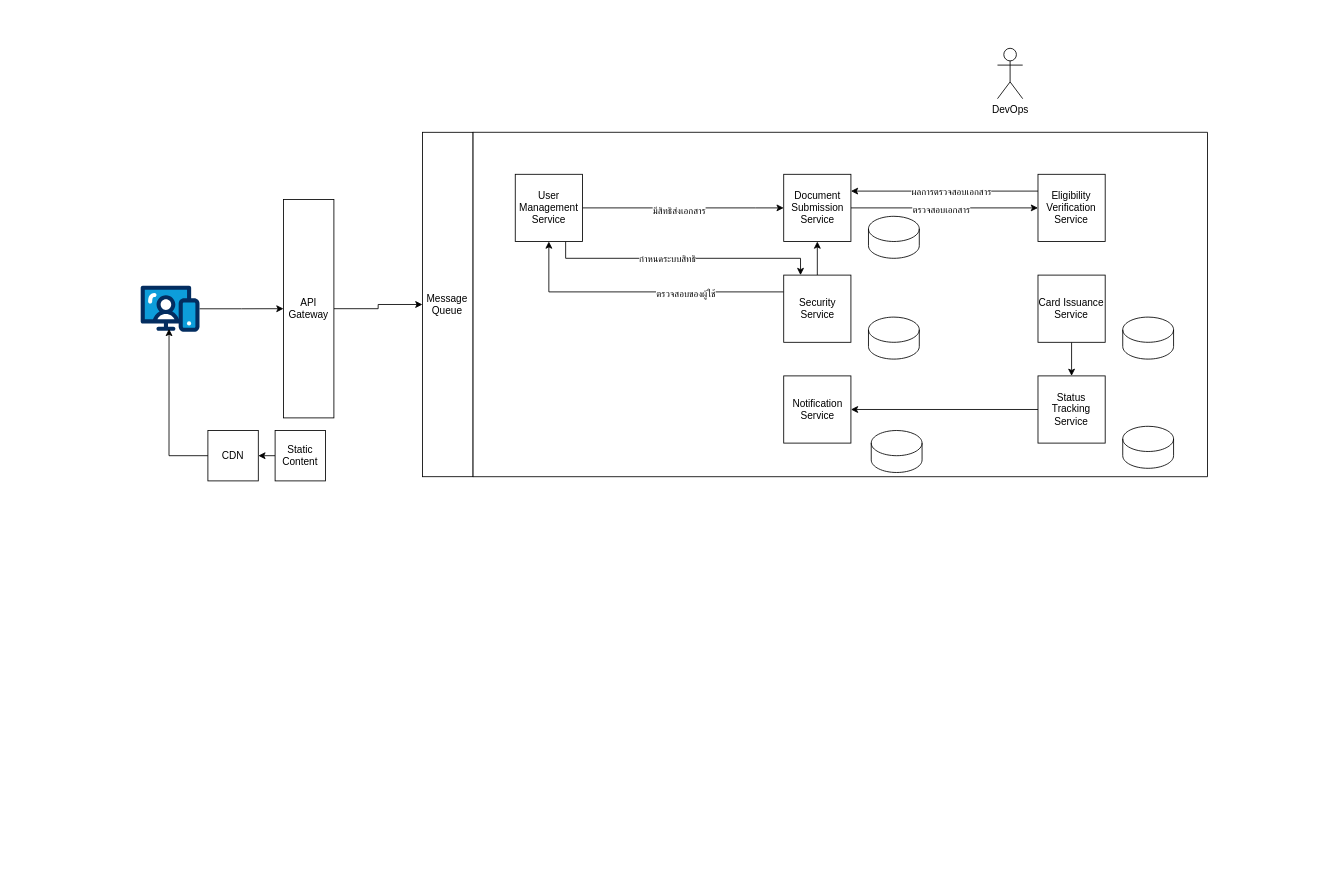
thammarat-ai/diagram-se keeps this draw.io diagram as microservices.drawio. Above is the earlier version. Source tidied: cells renumbered, new cells numbered last; positions are measured from the earlier drawing's top-left corner, leaving out a move shared by most shapes. Both pictures are drawn from the tidied source at 84%, with x=0, y=0 at pixel (140, 48).
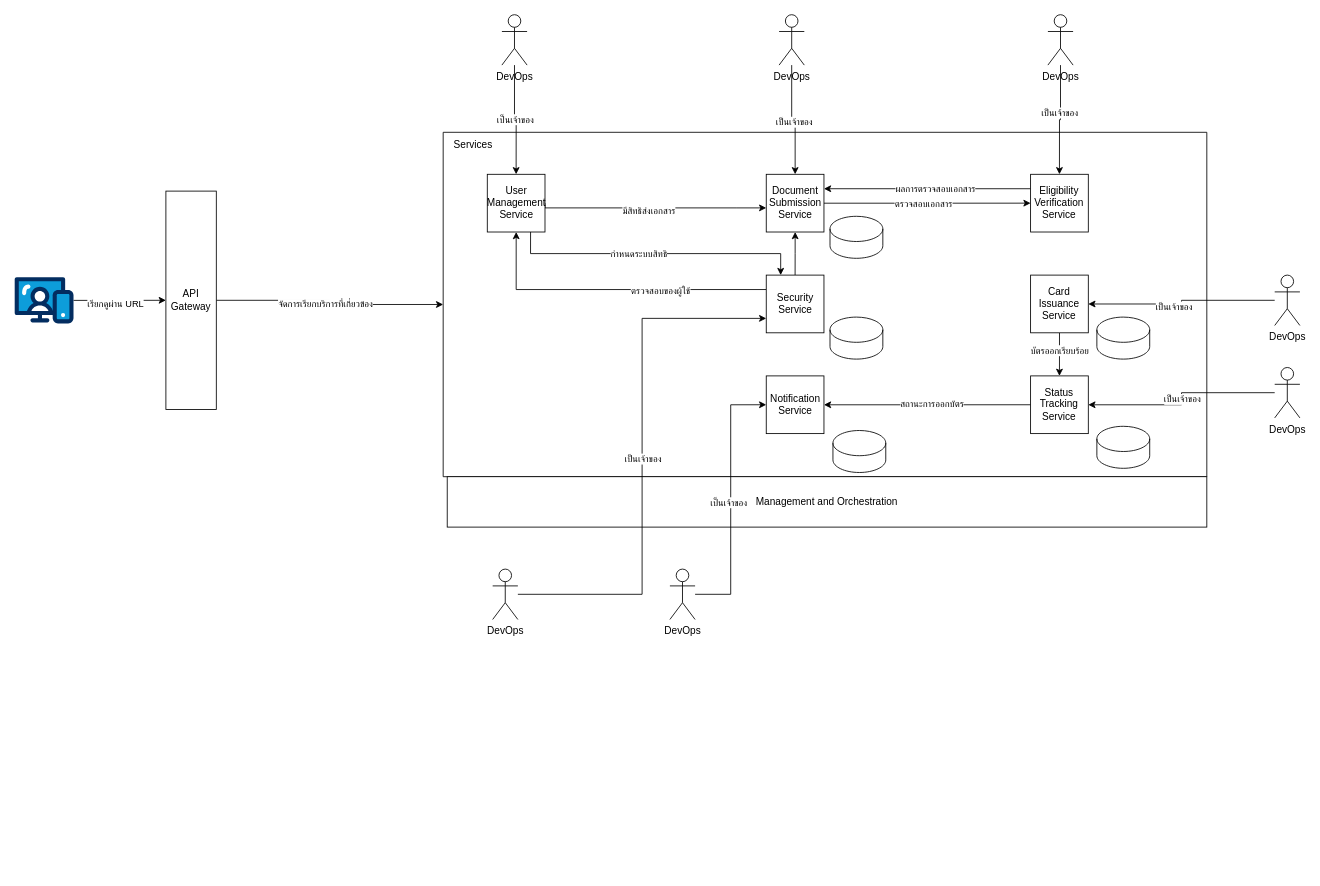
The same page after the edit.

The change refers to these unchanged cells:
```xml
<mxCell id="12" style="edgeStyle=orthogonalEdgeStyle;rounded=0;jettySize=auto;html=1;entryX=0.5;entryY=0;entryDx=0;entryDy=0;" parent="4" edge="1" source="13" target="15">
  <mxGeometry relative="1" as="geometry" />
</mxCell>
<mxCell id="14" style="edgeStyle=orthogonalEdgeStyle;rounded=0;jettySize=auto;html=1;exitX=0;exitY=0.5;exitDx=0;exitDy=0;" parent="4" edge="1" source="15" target="20">
  <mxGeometry relative="1" as="geometry" />
</mxCell>
<mxCell id="32" style="edgeStyle=orthogonalEdgeStyle;rounded=0;jettySize=auto;html=1;entryX=0;entryY=0.5;entryDx=0;entryDy=0;" parent="1" edge="1" source="33" target="3">
  <mxGeometry relative="1" as="geometry" />
</mxCell>
```

What changed in the source:
```diff
@@
-    <mxCell id="2" style="edgeStyle=orthogonalEdgeStyle;rounded=0;jettySize=auto;html=1;" parent="1" edge="1" source="3" target="38">
-      <mxGeometry relative="1" as="geometry" />
-    </mxCell>
+    <mxCell id="39" style="edgeStyle=orthogonalEdgeStyle;rounded=0;jettySize=auto;html=1;exitX=1;exitY=0.5;exitDx=0;exitDy=0;" parent="1" edge="1" source="3" target="5">
+      <mxGeometry relative="1" as="geometry" />
+    </mxCell>
+    <mxCell id="40" value="จัดการเรียกบริการที่เกี่ยวข้อง" style="edgeLabel;html=1;align=center;verticalAlign=middle;" parent="39" vertex="1">
+      <mxGeometry x="-0.07" y="-4" relative="1" as="geometry">
+        <mxPoint x="1" as="offset" />
+      </mxGeometry>
+    </mxCell>
     <mxCell id="3" value="API Gateway" style="rounded=0;whiteSpace=wrap;html=1;" parent="1" vertex="1">
-      <mxGeometry x="170" y="180" width="60" height="260" as="geometry" />
+      <mxGeometry x="30" y="170" width="60" height="260" as="geometry" />
     </mxCell>
     <mxCell id="4" style="group;" parent="1" vertex="1">
-      <mxGeometry x="530" y="120" width="740" height="390" as="geometry" />
+      <mxGeometry x="500" y="120" width="790" height="860" as="geometry" />
     </mxCell>
     <mxCell id="5" style="verticalLabelPosition=bottom;verticalAlign=top;html=1;shape=mxgraph.basic.rect;fillColor2=none;strokeWidth=1;size=20;indent=5;" parent="4" vertex="1">
-      <mxGeometry x="-134.5" y="-20" width="874.5" height="410" as="geometry" />
+      <mxGeometry x="-139.9" y="-20" width="909.1" height="410" as="geometry" />
     </mxCell>
@@
     <mxCell id="8" value="Document Submission Service" style="whiteSpace=wrap;html=1;" parent="4" vertex="1">
-      <mxGeometry x="235.5" y="30" width="80" height="80" as="geometry" />
+      <mxGeometry x="244.7" y="30" width="68.7" height="68.7" as="geometry" />
     </mxCell>
@@
     <mxCell id="11" value="Eligibility Verification Service" style="whiteSpace=wrap;html=1;" parent="4" vertex="1">
-      <mxGeometry x="538.2" y="30" width="80" height="80" as="geometry" />
+      <mxGeometry x="559.4" y="30" width="68.7" height="68.7" as="geometry" />
     </mxCell>
@@
+    <mxCell id="41" value="บัตรออกเรียบร้อย" style="edgeLabel;html=1;align=center;verticalAlign=middle;" parent="12" vertex="1">
+      <mxGeometry x="-0.19" relative="1" as="geometry" />
+    </mxCell>
     <mxCell id="13" value="Card Issuance Service" style="whiteSpace=wrap;html=1;" parent="4" vertex="1">
-      <mxGeometry x="538.2" y="150" width="80" height="80" as="geometry" />
+      <mxGeometry x="559.4" y="150" width="68.7" height="68.7" as="geometry" />
     </mxCell>
@@
+    <mxCell id="42" value="สถานะการออกบัตร" style="edgeLabel;html=1;align=center;verticalAlign=middle;" parent="14" vertex="1">
+      <mxGeometry x="-0.04" y="-1" relative="1" as="geometry" />
+    </mxCell>
     <mxCell id="15" value="Status Tracking Service" style="whiteSpace=wrap;html=1;" parent="4" vertex="1">
-      <mxGeometry x="538.2" y="270" width="80" height="80" as="geometry" />
+      <mxGeometry x="559.4" y="270" width="68.7" height="68.7" as="geometry" />
     </mxCell>
@@
     <mxCell id="19" value="Security Service" style="whiteSpace=wrap;html=1;" parent="4" vertex="1">
-      <mxGeometry x="235.5" y="150" width="80" height="80" as="geometry" />
+      <mxGeometry x="244.7" y="150" width="68.7" height="68.7" as="geometry" />
     </mxCell>
     <mxCell id="20" value="Notification Service" style="whiteSpace=wrap;html=1;" parent="4" vertex="1">
-      <mxGeometry x="235.5" y="270" width="80" height="80" as="geometry" />
+      <mxGeometry x="244.7" y="270" width="68.7" height="68.7" as="geometry" />
     </mxCell>
     <mxCell id="21" style="shape=cylinder3;whiteSpace=wrap;html=1;boundedLbl=1;backgroundOutline=1;size=15;" parent="4" vertex="1">
-      <mxGeometry x="336.4" y="80" width="60.5" height="50" as="geometry" />
+      <mxGeometry x="320.6" y="80" width="62.9" height="50" as="geometry" />
     </mxCell>
@@
     <mxCell id="24" style="edgeStyle=orthogonalEdgeStyle;rounded=0;jettySize=auto;html=1;exitX=1;exitY=0.5;exitDx=0;exitDy=0;" parent="4" edge="1" source="26" target="8">
       <mxGeometry relative="1" as="geometry">
         <Array as="points">
-          <mxPoint x="201.8" y="70" />
-          <mxPoint x="201.8" y="70" />
+          <mxPoint x="209.8" y="70" />
+          <mxPoint x="209.8" y="70" />
         </Array>
       </mxGeometry>
     </mxCell>
@@
     <mxCell id="26" value="User Management Service" style="whiteSpace=wrap;html=1;" parent="4" vertex="1">
-      <mxGeometry x="-84.1" y="30" width="80" height="80" as="geometry" />
+      <mxGeometry x="-87.4" y="30" width="68.7" height="68.7" as="geometry" />
     </mxCell>
     <mxCell id="27" style="shape=cylinder3;whiteSpace=wrap;html=1;boundedLbl=1;backgroundOutline=1;size=15;" parent="4" vertex="1">
-      <mxGeometry x="639.1" y="200" width="60.5" height="50" as="geometry" />
+      <mxGeometry x="638.3" y="200" width="62.9" height="50" as="geometry" />
     </mxCell>
     <mxCell id="28" style="shape=cylinder3;whiteSpace=wrap;html=1;boundedLbl=1;backgroundOutline=1;size=15;" parent="4" vertex="1">
-      <mxGeometry x="639.1" y="330" width="60.5" height="50" as="geometry" />
+      <mxGeometry x="638.3" y="330" width="62.9" height="50" as="geometry" />
     </mxCell>
     <mxCell id="29" style="shape=cylinder3;whiteSpace=wrap;html=1;boundedLbl=1;backgroundOutline=1;size=15;" parent="4" vertex="1">
-      <mxGeometry x="339.7" y="335" width="60.5" height="50" as="geometry" />
+      <mxGeometry x="324.1" y="335" width="62.9" height="50" as="geometry" />
     </mxCell>
     <mxCell id="30" style="shape=cylinder3;whiteSpace=wrap;html=1;boundedLbl=1;backgroundOutline=1;size=15;" parent="4" vertex="1">
-      <mxGeometry x="336.4" y="200" width="60.5" height="50" as="geometry" />
+      <mxGeometry x="320.6" y="200" width="62.9" height="50" as="geometry" />
     </mxCell>
+    <mxCell id="43" value="Management and Orchestration" style="rounded=0;whiteSpace=wrap;html=1;" parent="4" vertex="1">
+      <mxGeometry x="-135.1" y="390" width="904.3" height="60" as="geometry" />
+    </mxCell>
+    <mxCell id="44" value="Services" style="text;html=1;align=center;verticalAlign=middle;whiteSpace=wrap;rounded=0;" parent="4" vertex="1">
+      <mxGeometry x="-135.1" y="-20" width="62.4" height="30" as="geometry" />
+    </mxCell>
+    <mxCell id="45" style="edgeStyle=orthogonalEdgeStyle;rounded=0;jettySize=auto;html=1;entryX=0;entryY=0.5;entryDx=0;entryDy=0;" parent="4" edge="1" source="47" target="20">
+      <mxGeometry relative="1" as="geometry" />
+    </mxCell>
+    <mxCell id="46" value="เป็นเจ้าของ" style="edgeLabel;html=1;align=center;verticalAlign=middle;" parent="45" vertex="1">
+      <mxGeometry x="-0.02" y="3" relative="1" as="geometry" />
+    </mxCell>
+    <mxCell id="47" value="&lt;div&gt;DevOps&lt;/div&gt;" style="shape=umlActor;verticalLabelPosition=bottom;verticalAlign=top;html=1;outlineConnect=0;" parent="4" vertex="1">
+      <mxGeometry x="130" y="500" width="30" height="60" as="geometry" />
+    </mxCell>
+    <mxCell id="48" style="edgeStyle=orthogonalEdgeStyle;rounded=0;jettySize=auto;html=1;" parent="1" edge="1" source="31" target="8">
+      <mxGeometry relative="1" as="geometry" />
+    </mxCell>
+    <mxCell id="49" value="เป็นเจ้าของ" style="edgeLabel;html=1;align=center;verticalAlign=middle;" parent="48" vertex="1">
+      <mxGeometry x="0.09" y="-2" relative="1" as="geometry">
+        <mxPoint y="-1" as="offset" />
+      </mxGeometry>
+    </mxCell>
     <mxCell id="31" value="&lt;div&gt;DevOps&lt;/div&gt;" style="shape=umlActor;verticalLabelPosition=bottom;verticalAlign=top;html=1;outlineConnect=0;" parent="1" vertex="1">
-      <mxGeometry x="1020" width="30" height="60" as="geometry" />
+      <mxGeometry x="760" y="-40" width="30" height="60" as="geometry" />
     </mxCell>
@@
+    <mxCell id="50" value="เรียกดูผ่าน URL" style="edgeLabel;html=1;align=center;verticalAlign=middle;" parent="32" vertex="1">
+      <mxGeometry x="-0.12" y="-3" relative="1" as="geometry">
+        <mxPoint x="1" as="offset" />
+      </mxGeometry>
+    </mxCell>
     <mxCell id="33" style="verticalLabelPosition=bottom;html=1;shape=mxgraph.salesforce.web;" parent="1" vertex="1">
-      <mxGeometry y="282.4" width="70" height="55.3" as="geometry" />
+      <mxGeometry x="-150" y="272.4" width="70" height="55.3" as="geometry" />
     </mxCell>
-    <mxCell id="34" style="edgeStyle=orthogonalEdgeStyle;rounded=0;jettySize=auto;html=1;exitX=0;exitY=0.5;exitDx=0;exitDy=0;entryX=1;entryY=0.5;entryDx=0;entryDy=0;" parent="1" edge="1" source="35" target="36">
-      <mxGeometry relative="1" as="geometry" />
-    </mxCell>
-    <mxCell id="35" value="Static Content" style="rounded=0;whiteSpace=wrap;html=1;" parent="1" vertex="1">
-      <mxGeometry x="160" y="455" width="60" height="60" as="geometry" />
-    </mxCell>
-    <mxCell id="36" value="CDN" style="rounded=0;whiteSpace=wrap;html=1;" parent="1" vertex="1">
-      <mxGeometry x="80" y="455" width="60" height="60" as="geometry" />
-    </mxCell>
-    <mxCell id="37" style="edgeStyle=orthogonalEdgeStyle;rounded=0;jettySize=auto;html=1;exitX=0;exitY=0.5;exitDx=0;exitDy=0;entryX=0.482;entryY=0.937;entryDx=0;entryDy=0;entryPerimeter=0;" parent="1" edge="1" source="36" target="33">
-      <mxGeometry relative="1" as="geometry" />
-    </mxCell>
-    <mxCell id="38" value="Message Queue" style="rounded=0;whiteSpace=wrap;html=1;direction=south;" parent="1" vertex="1">
-      <mxGeometry x="335.4" y="100" width="60" height="410" as="geometry" />
-    </mxCell>
+    <mxCell id="51" style="edgeStyle=orthogonalEdgeStyle;rounded=0;jettySize=auto;html=1;entryX=0.5;entryY=0;entryDx=0;entryDy=0;" parent="1" edge="1" source="53" target="11">
+      <mxGeometry relative="1" as="geometry" />
+    </mxCell>
+    <mxCell id="52" value="เป็นเจ้าของ" style="edgeLabel;html=1;align=center;verticalAlign=middle;" parent="51" vertex="1">
+      <mxGeometry x="-0.15" y="-2" relative="1" as="geometry" />
+    </mxCell>
+    <mxCell id="53" value="&lt;div&gt;DevOps&lt;/div&gt;" style="shape=umlActor;verticalLabelPosition=bottom;verticalAlign=top;html=1;outlineConnect=0;" parent="1" vertex="1">
+      <mxGeometry x="1080" y="-40" width="30" height="60" as="geometry" />
+    </mxCell>
+    <mxCell id="54" style="edgeStyle=orthogonalEdgeStyle;rounded=0;jettySize=auto;html=1;entryX=0.5;entryY=0;entryDx=0;entryDy=0;" parent="1" edge="1" source="56" target="26">
+      <mxGeometry relative="1" as="geometry" />
+    </mxCell>
+    <mxCell id="55" value="เป็นเจ้าของ" style="edgeLabel;html=1;align=center;verticalAlign=middle;" parent="54" vertex="1">
+      <mxGeometry x="-0.02" relative="1" as="geometry">
+        <mxPoint y="-1" as="offset" />
+      </mxGeometry>
+    </mxCell>
+    <mxCell id="56" value="&lt;div&gt;DevOps&lt;/div&gt;" style="shape=umlActor;verticalLabelPosition=bottom;verticalAlign=top;html=1;outlineConnect=0;" parent="1" vertex="1">
+      <mxGeometry x="430" y="-40" width="30" height="60" as="geometry" />
+    </mxCell>
+    <mxCell id="57" style="edgeStyle=orthogonalEdgeStyle;rounded=0;jettySize=auto;html=1;" parent="1" edge="1" source="59" target="13">
+      <mxGeometry relative="1" as="geometry" />
+    </mxCell>
+    <mxCell id="58" value="เป็นเจ้าของ" style="edgeLabel;html=1;align=center;verticalAlign=middle;" parent="57" vertex="1">
+      <mxGeometry x="0.11" y="3" relative="1" as="geometry">
+        <mxPoint x="1" as="offset" />
+      </mxGeometry>
+    </mxCell>
+    <mxCell id="59" value="&lt;div&gt;DevOps&lt;/div&gt;" style="shape=umlActor;verticalLabelPosition=bottom;verticalAlign=top;html=1;outlineConnect=0;" parent="1" vertex="1">
+      <mxGeometry x="1350" y="270" width="30" height="60" as="geometry" />
+    </mxCell>
+    <mxCell id="60" style="edgeStyle=orthogonalEdgeStyle;rounded=0;jettySize=auto;html=1;" parent="1" edge="1" source="62" target="15">
+      <mxGeometry relative="1" as="geometry" />
+    </mxCell>
+    <mxCell id="61" value="เป็นเจ้าของ" style="edgeLabel;html=1;align=center;verticalAlign=middle;" parent="60" vertex="1">
+      <mxGeometry relative="1" as="geometry" />
+    </mxCell>
+    <mxCell id="62" value="&lt;div&gt;DevOps&lt;/div&gt;" style="shape=umlActor;verticalLabelPosition=bottom;verticalAlign=top;html=1;outlineConnect=0;" parent="1" vertex="1">
+      <mxGeometry x="1350" y="380" width="30" height="60" as="geometry" />
+    </mxCell>
+    <mxCell id="63" style="edgeStyle=orthogonalEdgeStyle;rounded=0;jettySize=auto;html=1;entryX=0;entryY=0.75;entryDx=0;entryDy=0;" parent="1" edge="1" source="65" target="19">
+      <mxGeometry relative="1" as="geometry" />
+    </mxCell>
+    <mxCell id="64" value="เป็นเจ้าของ" style="edgeLabel;html=1;align=center;verticalAlign=middle;" parent="63" vertex="1">
+      <mxGeometry x="-0.01" y="-1" relative="1" as="geometry" />
+    </mxCell>
+    <mxCell id="65" value="&lt;div&gt;DevOps&lt;/div&gt;" style="shape=umlActor;verticalLabelPosition=bottom;verticalAlign=top;html=1;outlineConnect=0;" parent="1" vertex="1">
+      <mxGeometry x="419" y="620" width="30" height="60" as="geometry" />
+    </mxCell>
```
